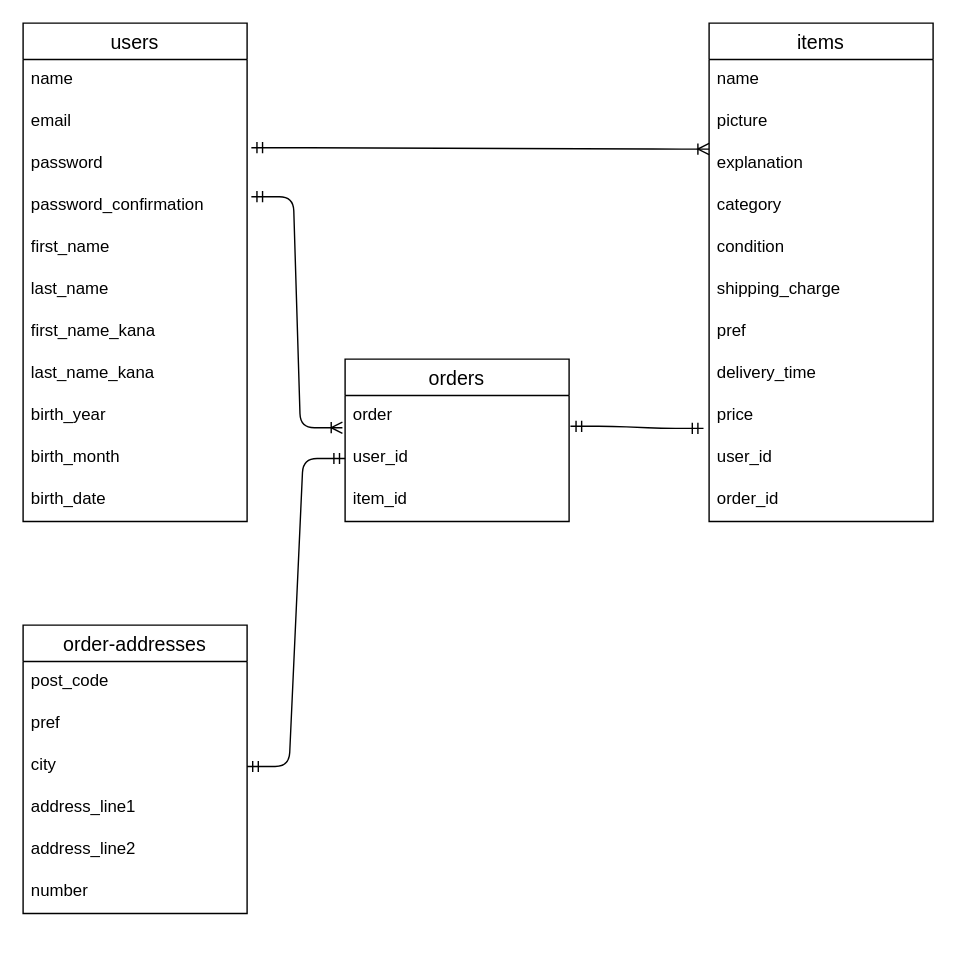
Above: furima.dio in find4423/furima-38111 (draw.io), before the change. Source tidied: cells renumbered, new cells numbered last; positions are measured from the earlier drawing's top-left corner, leaving out a move shared by most shapes. Both pictures are drawn from the tidied source at 140%, with x=0, y=0 at pixel (22, 22).
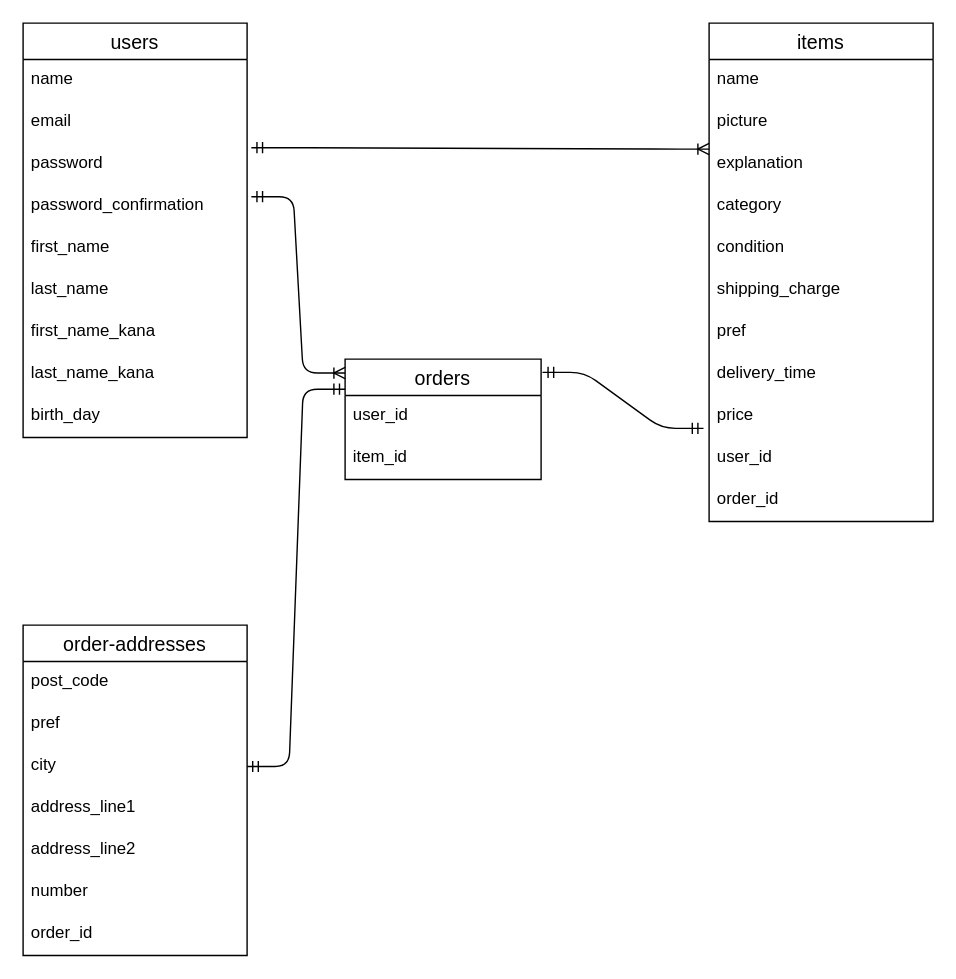
The same page after the edit.

The change refers to these unchanged cells:
```xml
<mxCell id="6" value="password_confirmation&#10;" style="text;strokeColor=none;fillColor=none;spacingLeft=4;spacingRight=4;overflow=hidden;points=[[0,0.5],[1,0.5]];portConstraint=eastwest;fontSize=12;" parent="2" vertex="1">
  <mxGeometry y="116" width="160" height="30" as="geometry" />
</mxCell>
<mxCell id="23" value="price" style="text;strokeColor=none;fillColor=none;spacingLeft=4;spacingRight=4;overflow=hidden;points=[[0,0.5],[1,0.5]];portConstraint=eastwest;fontSize=12;" parent="14" vertex="1">
  <mxGeometry y="266" width="160" height="30" as="geometry" />
</mxCell>
<mxCell id="36" value="city" style="text;strokeColor=none;fillColor=none;spacingLeft=4;spacingRight=4;overflow=hidden;points=[[0,0.5],[1,0.5]];portConstraint=eastwest;fontSize=12;" parent="33" vertex="1">
  <mxGeometry y="86" width="160" height="30" as="geometry" />
</mxCell>
```

Change to the diagram source:
```diff
@@
     <mxCell id="2" value="users" style="swimlane;fontStyle=0;horizontal=1;startSize=26;align=center;fontSize=14;" parent="1" vertex="1">
-      <mxGeometry width="160" height="356" as="geometry" />
+      <mxGeometry width="160" height="296" as="geometry" />
     </mxCell>
@@
-    <mxCell id="11" value="birth_year" style="text;strokeColor=none;fillColor=none;spacingLeft=4;spacingRight=4;overflow=hidden;fontSize=12;" parent="2" vertex="1">
+    <mxCell id="11" value="birth_day" style="text;strokeColor=none;fillColor=none;spacingLeft=4;spacingRight=4;overflow=hidden;fontSize=12;" parent="2" vertex="1">
       <mxGeometry y="266" width="160" height="30" as="geometry" />
     </mxCell>
-    <mxCell id="12" value="birth_month" style="text;strokeColor=none;fillColor=none;spacingLeft=4;spacingRight=4;overflow=hidden;fontSize=12;" parent="2" vertex="1">
-      <mxGeometry y="296" width="160" height="30" as="geometry" />
-    </mxCell>
-    <mxCell id="13" value="birth_date" style="text;strokeColor=none;fillColor=none;spacingLeft=4;spacingRight=4;overflow=hidden;fontSize=12;" parent="2" vertex="1">
-      <mxGeometry y="326" width="160" height="30" as="geometry" />
-    </mxCell>
@@
     <mxCell id="27" value="orders" style="swimlane;fontStyle=0;horizontal=1;startSize=26;align=center;fontSize=14;" parent="1" vertex="1">
-      <mxGeometry x="230" y="240" width="160" height="116" as="geometry" />
+      <mxGeometry x="230" y="240" width="140" height="86" as="geometry" />
     </mxCell>
-    <mxCell id="28" value="order" style="text;strokeColor=none;fillColor=none;spacingLeft=4;spacingRight=4;overflow=hidden;points=[[0,0.5],[1,0.5]];portConstraint=eastwest;fontSize=12;" parent="27" vertex="1">
-      <mxGeometry y="26" width="160" height="30" as="geometry" />
-    </mxCell>
     <mxCell id="29" value="user_id" style="text;strokeColor=none;fillColor=none;spacingLeft=4;spacingRight=4;overflow=hidden;points=[[0,0.5],[1,0.5]];portConstraint=eastwest;fontSize=12;" parent="27" vertex="1">
-      <mxGeometry y="56" width="160" height="30" as="geometry" />
+      <mxGeometry y="26" width="140" height="30" as="geometry" />
     </mxCell>
     <mxCell id="30" value="item_id" style="text;strokeColor=none;fillColor=none;spacingLeft=4;spacingRight=4;overflow=hidden;fontSize=12;" parent="27" vertex="1">
-      <mxGeometry y="86" width="160" height="30" as="geometry" />
+      <mxGeometry y="56" width="140" height="30" as="geometry" />
     </mxCell>
-    <mxCell id="31" style="edgeStyle=entityRelationEdgeStyle;fontSize=12;html=1;endArrow=ERoneToMany;startArrow=ERmandOne;entryX=-0.012;entryY=0.767;entryDx=0;entryDy=0;entryPerimeter=0;exitX=1.019;exitY=0.267;exitDx=0;exitDy=0;exitPerimeter=0;" parent="1" edge="1" source="6" target="28">
+    <mxCell id="31" style="edgeStyle=entityRelationEdgeStyle;fontSize=12;html=1;endArrow=ERoneToMany;startArrow=ERmandOne;exitX=1.019;exitY=0.267;exitDx=0;exitDy=0;exitPerimeter=0;entryX=0;entryY=0.116;entryDx=0;entryDy=0;entryPerimeter=0;" parent="1" edge="1" source="6" target="27">
       <mxGeometry relative="1" as="geometry" />
     </mxCell>
-    <mxCell id="32" style="edgeStyle=entityRelationEdgeStyle;fontSize=12;html=1;endArrow=ERmandOne;startArrow=ERmandOne;exitX=1.006;exitY=0.733;exitDx=0;exitDy=0;exitPerimeter=0;entryX=-0.025;entryY=0.783;entryDx=0;entryDy=0;entryPerimeter=0;" parent="1" edge="1" source="28" target="23">
+    <mxCell id="32" style="edgeStyle=entityRelationEdgeStyle;fontSize=12;html=1;endArrow=ERmandOne;startArrow=ERmandOne;exitX=1.007;exitY=0.11;exitDx=0;exitDy=0;entryX=-0.025;entryY=0.783;entryDx=0;entryDy=0;entryPerimeter=0;exitPerimeter=0;" parent="1" edge="1" source="27" target="23">
       <mxGeometry relative="1" as="geometry" />
     </mxCell>
     <mxCell id="33" value="order-addresses" style="swimlane;fontStyle=0;horizontal=1;startSize=26;align=center;fontSize=14;" parent="1" vertex="1">
-      <mxGeometry y="430" width="160" height="206" as="geometry" />
+      <mxGeometry y="430" width="160" height="236" as="geometry" />
     </mxCell>
@@
+    <mxCell id="41" value="order_id" style="text;strokeColor=none;fillColor=none;spacingLeft=4;spacingRight=4;overflow=hidden;fontSize=12;" parent="33" vertex="1">
+      <mxGeometry y="206" width="160" height="30" as="geometry" />
+    </mxCell>
-    <mxCell id="40" style="edgeStyle=entityRelationEdgeStyle;fontSize=12;html=1;endArrow=ERmandOne;startArrow=ERmandOne;entryX=0;entryY=0.5;entryDx=0;entryDy=0;" parent="1" edge="1" source="36" target="29">
+    <mxCell id="40" style="edgeStyle=entityRelationEdgeStyle;fontSize=12;html=1;endArrow=ERmandOne;startArrow=ERmandOne;entryX=0;entryY=0.25;entryDx=0;entryDy=0;" parent="1" edge="1" source="36" target="27">
       <mxGeometry relative="1" as="geometry" />
     </mxCell>
```
